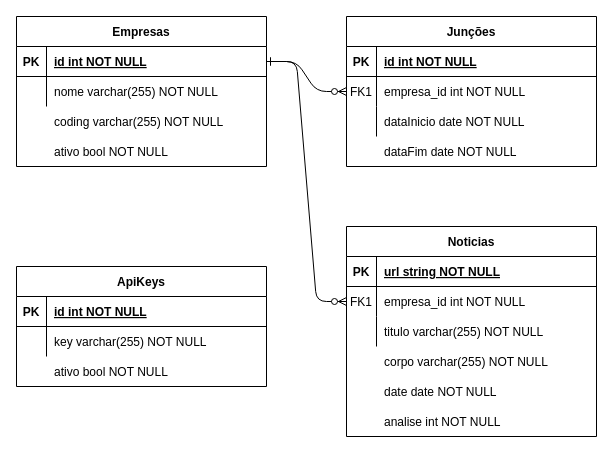
Before: Diagrama.drawio in NASSER-JV/data-service, a draw.io diagram. Source tidied: cells renumbered, new cells numbered last; positions are measured from the earlier drawing's top-left corner, leaving out a move shared by most shapes. Both pictures are drawn from the tidied source at 100%, with x=0, y=0 at pixel (16, 16).
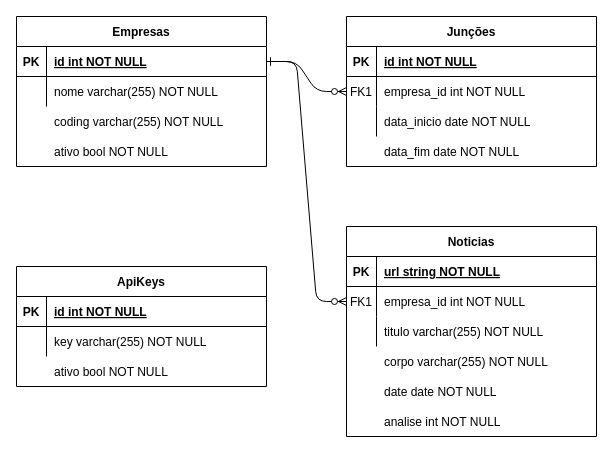
The same page after the edit.

Commit message:
Corrigindo diagrama do banco de dados.

Unchanged cells that the change refers to:
```xml
<mxCell id="11" style="shape=partialRectangle;fillColor=none;top=0;left=0;right=0;bottom=0;" parent="4" vertex="1">
  <mxGeometry y="90" width="250" height="30" as="geometry" />
</mxCell>
<mxCell id="37" style="shape=partialRectangle;fillColor=none;top=0;left=0;right=0;bottom=0;" parent="1" vertex="1">
  <mxGeometry x="330" y="120" width="250" height="30" as="geometry" />
</mxCell>
```

Change to the diagram source:
```diff
@@
-    <mxCell id="13" value="dataInicio date NOT NULL" style="shape=partialRectangle;overflow=hidden;fillColor=none;top=0;left=0;bottom=0;right=0;align=left;spacingLeft=6;" parent="11" vertex="1">
+    <mxCell id="13" value="data_inicio date NOT NULL" style="shape=partialRectangle;overflow=hidden;fillColor=none;top=0;left=0;bottom=0;right=0;align=left;spacingLeft=6;" parent="11" vertex="1">
       <mxGeometry x="30" width="220" height="30" as="geometry" />
     </mxCell>
@@
-    <mxCell id="39" value="dataFim date NOT NULL" style="shape=partialRectangle;overflow=hidden;fillColor=none;top=0;left=0;bottom=0;right=0;align=left;spacingLeft=6;" parent="37" vertex="1">
+    <mxCell id="39" value="data_fim date NOT NULL" style="shape=partialRectangle;overflow=hidden;fillColor=none;top=0;left=0;bottom=0;right=0;align=left;spacingLeft=6;" parent="37" vertex="1">
       <mxGeometry x="30" width="220" height="30" as="geometry" />
     </mxCell>
```
